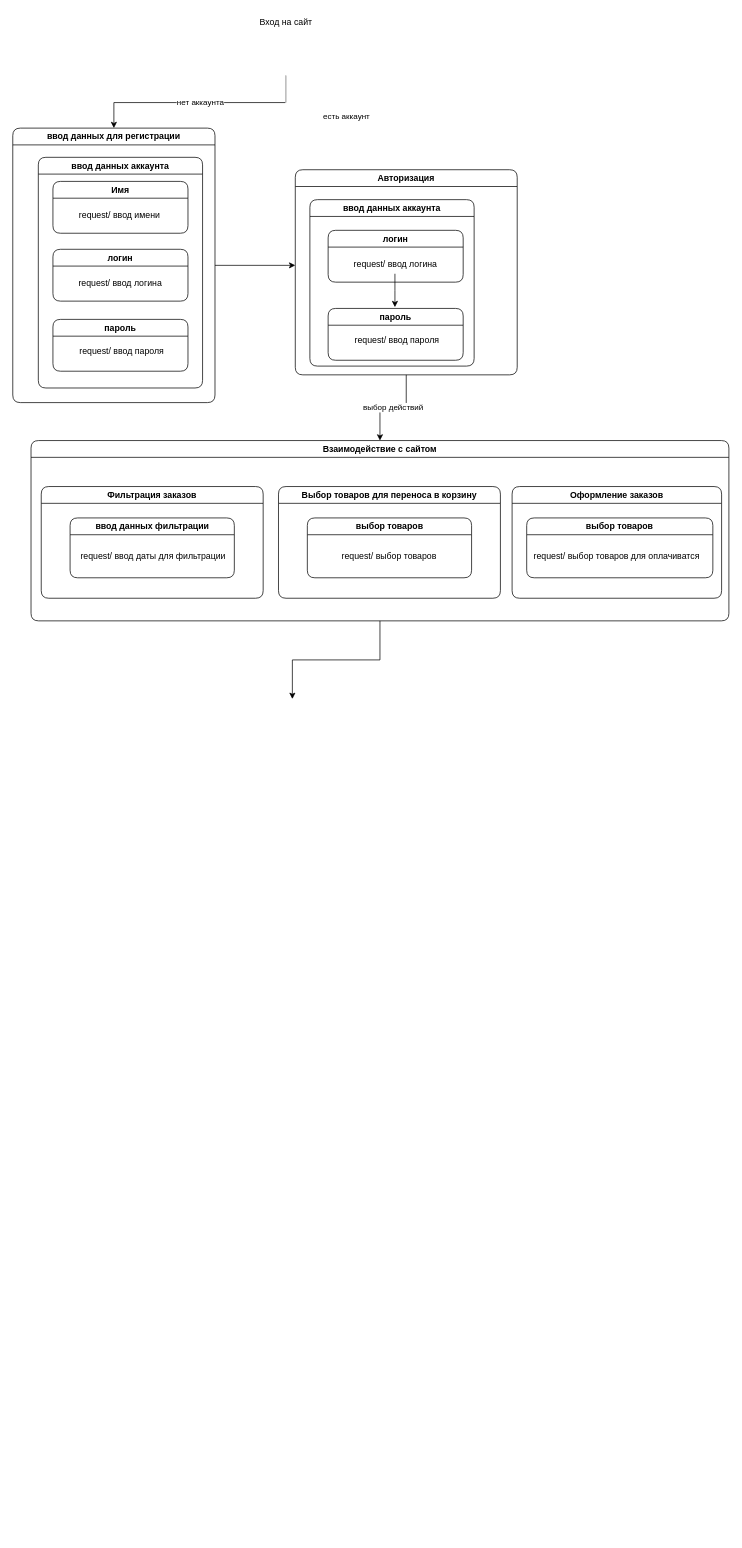
Earlier version of the draw.io diagram page "Диаграмма состояний" (2 of 4) of Dociments/Diagrams.drawio (Kockstick/Whisperer). Source tidied: cells renumbered, new cells numbered last; positions are measured from the earlier drawing's top-left corner, leaving out a move shared by most shapes. Both pictures are drawn from the tidied source at 73%, with x=0, y=0 at pixel (12, 12).
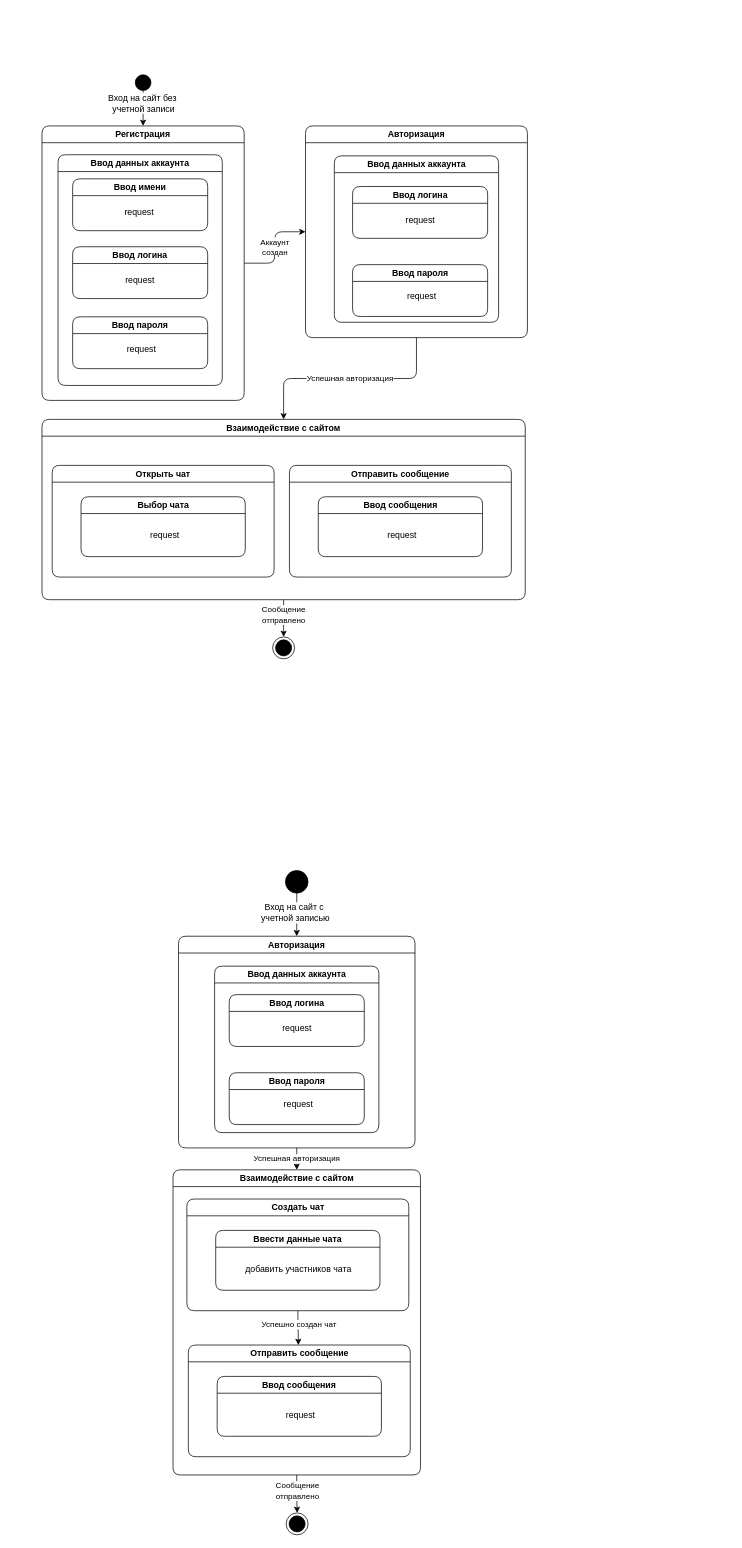
The same page after the edit.

Diff of the diagram source:
```diff
@@
-    <mxCell id="2" value="нет аккаунта" style="edgeStyle=orthogonalEdgeStyle;rounded=0;jettySize=auto;html=1;entryX=0.5;entryY=0;entryDx=0;entryDy=0;" parent="1" edge="1" source="3" target="16">
-      <mxGeometry relative="1" as="geometry">
-        <Array as="points">
-          <mxPoint x="374" y="123" />
-          <mxPoint x="138" y="123" />
-          <mxPoint x="138" y="158" />
-        </Array>
-      </mxGeometry>
-    </mxCell>
-    <mxCell id="3" style="ellipse;html=1;shape=startState;fillColor=#FFFFFF;strokeColor=#FFFFFF;" parent="1" vertex="1">
-      <mxGeometry x="359" y="56" width="30" height="30" as="geometry" />
-    </mxCell>
-    <mxCell id="4" value="есть аккаунт" style="edgeStyle=orthogonalEdgeStyle;html=1;verticalAlign=bottom;endArrow=open;endSize=8;strokeColor=#FFFFFF;rounded=0;entryX=0.5;entryY=0;entryDx=0;entryDy=0;fillColor=#f5f5f5;" parent="1" edge="1" source="3" target="8">
-      <mxGeometry relative="1" as="geometry" />
-    </mxCell>
-    <mxCell id="5" value="Вход на сайт" style="text;html=1;align=center;verticalAlign=middle;strokeColor=none;fillColor=none;" parent="1" vertex="1">
-      <mxGeometry x="329" width="90" height="26" as="geometry" />
-    </mxCell>
-    <mxCell id="6" style="ellipse;html=1;shape=endState;fillColor=#FFFFFF;strokeColor=#FFFFFF;" parent="1" vertex="1">
-      <mxGeometry x="368" y="940" width="30" height="30" as="geometry" />
+    <mxCell id="6" style="ellipse;html=1;shape=endState;fillColor=#000000;strokeColor=#000000;" parent="1" vertex="1">
+      <mxGeometry x="356" y="855" width="30" height="30" as="geometry" />
     </mxCell>
-    <mxCell id="7" value="выбор действий" style="edgeStyle=orthogonalEdgeStyle;rounded=0;jettySize=auto;html=1;" parent="1" edge="1" source="8" target="27">
+    <mxCell id="7" value="Успешная авторизация" style="edgeStyle=orthogonalEdgeStyle;rounded=1;jumpStyle=gap;jettySize=auto;html=1;entryX=0.5;entryY=0;entryDx=0;entryDy=0;" parent="1" edge="1" source="8" target="27">
       <mxGeometry relative="1" as="geometry" />
     </mxCell>
     <mxCell id="8" value="Авторизация" style="swimlane;whiteSpace=wrap;html=1;rounded=1;" parent="1" vertex="1">
-      <mxGeometry x="387" y="215" width="304" height="281" as="geometry" />
+      <mxGeometry x="401" y="155" width="304" height="290" as="geometry" />
     </mxCell>
-    <mxCell id="9" value="ввод данных аккаунта" style="swimlane;whiteSpace=wrap;html=1;rounded=1;" parent="8" vertex="1">
-      <mxGeometry x="20" y="41" width="225" height="228" as="geometry" />
+    <mxCell id="9" value="Ввод данных аккаунта" style="swimlane;whiteSpace=wrap;html=1;rounded=1;" parent="8" vertex="1">
+      <mxGeometry x="39.5" y="41" width="225" height="228" as="geometry" />
     </mxCell>
-    <mxCell id="10" value="логин" style="swimlane;whiteSpace=wrap;html=1;rounded=1;" parent="9" vertex="1">
+    <mxCell id="10" value="Ввод логина" style="swimlane;whiteSpace=wrap;html=1;rounded=1;startSize=23;" parent="9" vertex="1">
       <mxGeometry x="25" y="42" width="185" height="71" as="geometry" />
     </mxCell>
-    <mxCell id="11" style="edgeStyle=orthogonalEdgeStyle;rounded=0;jettySize=auto;html=1;" parent="10" edge="1" source="12">
-      <mxGeometry relative="1" as="geometry">
-        <mxPoint x="91.5" y="105.3" as="targetPoint" />
-      </mxGeometry>
-    </mxCell>
-    <mxCell id="12" value="request/ ввод логина" style="text;html=1;align=center;verticalAlign=middle;points=[];strokeColor=none;fillColor=none;" parent="10" vertex="1">
-      <mxGeometry x="25.5" y="33.5" width="132" height="26" as="geometry" />
+    <mxCell id="12" value="request" style="text;html=1;align=center;verticalAlign=middle;points=[];strokeColor=none;fillColor=none;" parent="10" vertex="1">
+      <mxGeometry x="62.5" y="33.5" width="59" height="26" as="geometry" />
     </mxCell>
-    <mxCell id="13" value="пароль" style="swimlane;whiteSpace=wrap;html=1;rounded=1;" parent="9" vertex="1">
+    <mxCell id="13" value="Ввод пароля" style="swimlane;whiteSpace=wrap;html=1;rounded=1;" parent="9" vertex="1">
       <mxGeometry x="25" y="149" width="185" height="71" as="geometry" />
     </mxCell>
-    <mxCell id="14" value="request/ ввод пароля" style="text;html=1;align=center;verticalAlign=middle;strokeColor=none;fillColor=none;" parent="13" vertex="1">
-      <mxGeometry x="26.5" y="31" width="134" height="26" as="geometry" />
+    <mxCell id="14" value="request" style="text;html=1;align=center;verticalAlign=middle;strokeColor=none;fillColor=none;" parent="13" vertex="1">
+      <mxGeometry x="64.5" y="31" width="59" height="26" as="geometry" />
     </mxCell>
-    <mxCell id="15" style="edgeStyle=orthogonalEdgeStyle;rounded=0;jettySize=auto;html=1;" parent="1" edge="1" source="16" target="8">
-      <mxGeometry relative="1" as="geometry">
-        <Array as="points">
-          <mxPoint x="11" y="376" />
-          <mxPoint x="11" y="378" />
-          <mxPoint x="184" y="378" />
-          <mxPoint x="184" y="343" />
-        </Array>
-      </mxGeometry>
+    <mxCell id="15" value="Аккаунт &lt;br&gt;создан" style="edgeStyle=orthogonalEdgeStyle;rounded=1;jumpStyle=gap;jettySize=auto;html=1;entryX=0;entryY=0.5;entryDx=0;entryDy=0;" parent="1" edge="1" source="16" target="8">
+      <mxGeometry relative="1" as="geometry" />
     </mxCell>
-    <mxCell id="16" value="ввод данных для регистрации" style="swimlane;whiteSpace=wrap;html=1;rounded=1;" parent="1" vertex="1">
-      <mxGeometry y="158" width="277" height="376" as="geometry" />
+    <mxCell id="16" value="Регистрация" style="swimlane;whiteSpace=wrap;html=1;rounded=1;startSize=23;" parent="1" vertex="1">
+      <mxGeometry x="40" y="155" width="277" height="376" as="geometry" />
     </mxCell>
-    <mxCell id="17" value="ввод данных аккаунта" style="swimlane;whiteSpace=wrap;html=1;rounded=1;" parent="16" vertex="1">
-      <mxGeometry x="35" y="40" width="225" height="316" as="geometry" />
+    <mxCell id="17" value="Ввод данных аккаунта" style="swimlane;whiteSpace=wrap;html=1;rounded=1;" parent="16" vertex="1">
+      <mxGeometry x="22" y="39.5" width="225" height="316" as="geometry" />
     </mxCell>
@@
-    <mxCell id="19" value="Имя" style="swimlane;whiteSpace=wrap;html=1;rounded=1;" parent="17" vertex="1">
+    <mxCell id="19" value="Ввод имени" style="swimlane;whiteSpace=wrap;html=1;rounded=1;" parent="17" vertex="1">
       <mxGeometry x="20" y="33" width="185" height="71" as="geometry" />
     </mxCell>
-    <mxCell id="20" value="request/ ввод имени" style="text;html=1;align=center;verticalAlign=middle;strokeColor=none;fillColor=none;" parent="19" vertex="1">
-      <mxGeometry x="26" y="33" width="129" height="26" as="geometry" />
+    <mxCell id="20" value="request" style="text;html=1;align=center;verticalAlign=middle;strokeColor=none;fillColor=none;" parent="19" vertex="1">
+      <mxGeometry x="61" y="33" width="59" height="26" as="geometry" />
     </mxCell>
@@
-    <mxCell id="22" value="логин" style="swimlane;whiteSpace=wrap;html=1;rounded=1;" parent="17" vertex="1">
+    <mxCell id="22" value="Ввод логина" style="swimlane;whiteSpace=wrap;html=1;rounded=1;" parent="17" vertex="1">
       <mxGeometry x="20" y="126" width="185" height="71" as="geometry" />
     </mxCell>
-    <mxCell id="23" value="request/ ввод логина" style="text;html=1;align=center;verticalAlign=middle;strokeColor=none;fillColor=none;" parent="22" vertex="1">
-      <mxGeometry x="25.5" y="33.5" width="132" height="26" as="geometry" />
+    <mxCell id="23" value="request" style="text;html=1;align=center;verticalAlign=middle;strokeColor=none;fillColor=none;" parent="22" vertex="1">
+      <mxGeometry x="62.5" y="33.5" width="59" height="26" as="geometry" />
     </mxCell>
-    <mxCell id="24" value="пароль" style="swimlane;whiteSpace=wrap;html=1;rounded=1;" parent="17" vertex="1">
+    <mxCell id="24" value="Ввод пароля" style="swimlane;whiteSpace=wrap;html=1;rounded=1;" parent="17" vertex="1">
       <mxGeometry x="20" y="222" width="185" height="71" as="geometry" />
     </mxCell>
-    <mxCell id="25" value="request/ ввод пароля" style="text;html=1;align=center;verticalAlign=middle;strokeColor=none;fillColor=none;" parent="24" vertex="1">
-      <mxGeometry x="26.5" y="31" width="134" height="26" as="geometry" />
+    <mxCell id="25" value="request" style="text;html=1;align=center;verticalAlign=middle;strokeColor=none;fillColor=none;" parent="24" vertex="1">
+      <mxGeometry x="64.5" y="31" width="59" height="26" as="geometry" />
     </mxCell>
-    <mxCell id="26" style="edgeStyle=orthogonalEdgeStyle;rounded=0;jettySize=auto;html=1;entryX=0.5;entryY=0;entryDx=0;entryDy=0;" parent="1" edge="1" source="27" target="6">
-      <mxGeometry relative="1" as="geometry" />
+    <mxCell id="26" value="Сообщение &lt;br&gt;отправлено" style="edgeStyle=orthogonalEdgeStyle;rounded=1;jumpStyle=gap;jettySize=auto;html=1;entryX=0.5;entryY=0;entryDx=0;entryDy=0;" parent="1" edge="1" source="27" target="6">
+      <mxGeometry x="-0.18" relative="1" as="geometry" />
     </mxCell>
     <mxCell id="27" value="Взаимодействие с сайтом" style="swimlane;whiteSpace=wrap;html=1;rounded=1;" parent="1" vertex="1">
-      <mxGeometry x="25" y="586" width="956" height="247" as="geometry" />
+      <mxGeometry x="40" y="557" width="662" height="247" as="geometry" />
     </mxCell>
-    <mxCell id="28" value="Фильтрация заказов" style="swimlane;whiteSpace=wrap;html=1;rounded=1;" parent="27" vertex="1">
+    <mxCell id="28" value="Открыть чат" style="swimlane;whiteSpace=wrap;html=1;rounded=1;" parent="27" vertex="1">
       <mxGeometry x="14" y="63" width="304" height="153" as="geometry" />
     </mxCell>
-    <mxCell id="29" value="ввод данных фильтрации" style="swimlane;whiteSpace=wrap;html=1;rounded=1;" parent="28" vertex="1">
+    <mxCell id="29" value="Выбор чата" style="swimlane;whiteSpace=wrap;html=1;rounded=1;" parent="28" vertex="1">
       <mxGeometry x="39.5" y="43" width="225" height="82" as="geometry" />
     </mxCell>
-    <mxCell id="30" value="request/ ввод даты для фильтрации" style="text;html=1;align=center;verticalAlign=middle;strokeColor=none;fillColor=none;" parent="29" vertex="1">
-      <mxGeometry x="4.5" y="40" width="217" height="26" as="geometry" />
+    <mxCell id="30" value="request" style="text;html=1;align=center;verticalAlign=middle;strokeColor=none;fillColor=none;" parent="29" vertex="1">
+      <mxGeometry x="84.5" y="40" width="59" height="26" as="geometry" />
     </mxCell>
-    <mxCell id="31" value="Выбор товаров для переноса в корзину" style="swimlane;whiteSpace=wrap;html=1;rounded=1;" parent="27" vertex="1">
+    <mxCell id="31" value="Отправить сообщение" style="swimlane;whiteSpace=wrap;html=1;rounded=1;" parent="27" vertex="1">
       <mxGeometry x="339" y="63" width="304" height="153" as="geometry" />
     </mxCell>
-    <mxCell id="32" value="выбор товаров" style="swimlane;whiteSpace=wrap;html=1;rounded=1;" parent="31" vertex="1">
+    <mxCell id="32" value="Ввод сообщения" style="swimlane;whiteSpace=wrap;html=1;rounded=1;" parent="31" vertex="1">
       <mxGeometry x="39.5" y="43" width="225" height="82" as="geometry" />
     </mxCell>
-    <mxCell id="33" value="request/ выбор товаров&amp;nbsp;" style="text;html=1;align=center;verticalAlign=middle;strokeColor=none;fillColor=none;" parent="32" vertex="1">
-      <mxGeometry x="37.5" y="40" width="151" height="26" as="geometry" />
+    <mxCell id="33" value="request" style="text;html=1;align=center;verticalAlign=middle;strokeColor=none;fillColor=none;" parent="32" vertex="1">
+      <mxGeometry x="84.5" y="40" width="59" height="26" as="geometry" />
     </mxCell>
-    <mxCell id="34" value="Оформление заказов" style="swimlane;whiteSpace=wrap;html=1;startSize=23;rounded=1;" parent="27" vertex="1">
-      <mxGeometry x="659" y="63" width="287" height="153" as="geometry" />
-    </mxCell>
-    <mxCell id="35" value="выбор товаров" style="swimlane;whiteSpace=wrap;html=1;rounded=1;" parent="34" vertex="1">
-      <mxGeometry x="20" y="43" width="255" height="82" as="geometry" />
-    </mxCell>
-    <mxCell id="36" value="request/ выбор товаров для оплачиватся" style="text;html=1;align=center;verticalAlign=middle;strokeColor=none;fillColor=none;" parent="35" vertex="1">
-      <mxGeometry y="40" width="245" height="26" as="geometry" />
-    </mxCell>
+    <mxCell id="37" value="&lt;span style=&quot;border-color: var(--border-color); color: rgb(0, 0, 0); font-family: Helvetica; font-style: normal; font-variant-ligatures: normal; font-variant-caps: normal; font-weight: 400; letter-spacing: normal; orphans: 2; text-align: center; text-indent: 0px; text-transform: none; widows: 2; word-spacing: 0px; -webkit-text-stroke-width: 0px; text-decoration-thickness: initial; text-decoration-style: initial; text-decoration-color: initial; font-size: 12px;&quot;&gt;Вход на сайт без&amp;nbsp;&lt;/span&gt;&lt;div style=&quot;border-color: var(--border-color); color: rgb(0, 0, 0); font-family: Helvetica; font-style: normal; font-variant-ligatures: normal; font-variant-caps: normal; font-weight: 400; letter-spacing: normal; orphans: 2; text-align: center; text-indent: 0px; text-transform: none; widows: 2; word-spacing: 0px; -webkit-text-stroke-width: 0px; text-decoration-thickness: initial; text-decoration-style: initial; text-decoration-color: initial; font-size: 12px;&quot;&gt;учетной записи&lt;/div&gt;" style="edgeStyle=orthogonalEdgeStyle;rounded=1;jumpStyle=gap;jettySize=auto;html=1;entryX=0.5;entryY=0;entryDx=0;entryDy=0;" parent="1" edge="1" source="38" target="16">
+      <mxGeometry x="-0.24" relative="1" as="geometry" />
+    </mxCell>
+    <mxCell id="38" style="ellipse;whiteSpace=wrap;html=1;fillColor=#000000;" parent="1" vertex="1">
+      <mxGeometry x="167.8" y="85" width="21.5" height="21.5" as="geometry" />
+    </mxCell>
+    <mxCell id="39" style="ellipse;html=1;shape=endState;fillColor=#000000;strokeColor=#000000;" parent="1" vertex="1">
+      <mxGeometry x="374.5" y="2055" width="30" height="30" as="geometry" />
+    </mxCell>
+    <mxCell id="40" value="Успешная авторизация" style="edgeStyle=orthogonalEdgeStyle;rounded=0;jettySize=auto;html=1;" parent="1" edge="1" source="41" target="49">
+      <mxGeometry relative="1" as="geometry" />
+    </mxCell>
+    <mxCell id="41" value="Авторизация" style="swimlane;whiteSpace=wrap;html=1;rounded=1;" parent="1" vertex="1">
+      <mxGeometry x="227" y="1265" width="324" height="290" as="geometry" />
+    </mxCell>
+    <mxCell id="42" value="Ввод данных аккаунта" style="swimlane;whiteSpace=wrap;html=1;rounded=1;" parent="41" vertex="1">
+      <mxGeometry x="49.5" y="41" width="225" height="228" as="geometry" />
+    </mxCell>
+    <mxCell id="43" value="Ввод логина" style="swimlane;whiteSpace=wrap;html=1;rounded=1;startSize=23;" parent="42" vertex="1">
+      <mxGeometry x="20" y="39" width="185" height="71" as="geometry" />
+    </mxCell>
+    <mxCell id="44" value="request" style="text;html=1;align=center;verticalAlign=middle;strokeColor=none;fillColor=none;" parent="43" vertex="1">
+      <mxGeometry x="62.5" y="33.5" width="59" height="26" as="geometry" />
+    </mxCell>
+    <mxCell id="45" value="Ввод пароля" style="swimlane;whiteSpace=wrap;html=1;rounded=1;" parent="42" vertex="1">
+      <mxGeometry x="20" y="146" width="185" height="71" as="geometry" />
+    </mxCell>
+    <mxCell id="46" value="request" style="text;html=1;align=center;verticalAlign=middle;strokeColor=none;fillColor=none;" parent="45" vertex="1">
+      <mxGeometry x="64.5" y="31" width="59" height="26" as="geometry" />
+    </mxCell>
+    <mxCell id="47" style="edgeStyle=orthogonalEdgeStyle;rounded=0;jettySize=auto;html=1;entryX=0.5;entryY=0;entryDx=0;entryDy=0;" parent="1" edge="1" source="49" target="39">
+      <mxGeometry relative="1" as="geometry" />
+    </mxCell>
+    <mxCell id="48" value="Сообщение &lt;br&gt;отправлено" style="edgeLabel;html=1;align=center;verticalAlign=middle;" parent="47" vertex="1">
+      <mxGeometry x="0.12" relative="1" as="geometry">
+        <mxPoint y="-7" as="offset" />
+      </mxGeometry>
+    </mxCell>
+    <mxCell id="49" value="Взаимодействие с сайтом" style="swimlane;whiteSpace=wrap;html=1;rounded=1;" parent="1" vertex="1">
+      <mxGeometry x="219.5" y="1585" width="339" height="418" as="geometry" />
+    </mxCell>
+    <mxCell id="50" value="Создать чат" style="swimlane;whiteSpace=wrap;html=1;rounded=1;" parent="49" vertex="1">
+      <mxGeometry x="19" y="40" width="304" height="153" as="geometry" />
+    </mxCell>
+    <mxCell id="51" value="Ввести данные чата" style="swimlane;whiteSpace=wrap;html=1;rounded=1;" parent="50" vertex="1">
+      <mxGeometry x="39.5" y="43" width="225" height="82" as="geometry" />
+    </mxCell>
+    <mxCell id="52" value="добавить участников чата" style="text;html=1;align=center;verticalAlign=middle;strokeColor=none;fillColor=none;" parent="51" vertex="1">
+      <mxGeometry x="27.5" y="38" width="170" height="30" as="geometry" />
+    </mxCell>
+    <mxCell id="53" value="Отправить сообщение" style="swimlane;whiteSpace=wrap;html=1;rounded=1;" parent="49" vertex="1">
+      <mxGeometry x="21" y="240" width="304" height="153" as="geometry" />
+    </mxCell>
+    <mxCell id="54" value="Ввод сообщения" style="swimlane;whiteSpace=wrap;html=1;rounded=1;" parent="53" vertex="1">
+      <mxGeometry x="39.5" y="43" width="225" height="82" as="geometry" />
+    </mxCell>
+    <mxCell id="55" value="request" style="text;html=1;align=center;verticalAlign=middle;strokeColor=none;fillColor=none;" parent="54" vertex="1">
+      <mxGeometry x="84.5" y="40" width="59" height="26" as="geometry" />
+    </mxCell>
+    <mxCell id="56" style="endArrow=classic;html=1;rounded=0;exitX=0.5;exitY=1;exitDx=0;exitDy=0;" parent="49" edge="1" source="50" target="53">
+      <mxGeometry relative="1" as="geometry" />
+    </mxCell>
+    <mxCell id="57" value="Успешно создан чат" style="edgeLabel;html=1;align=center;verticalAlign=middle;" parent="56" vertex="1">
+      <mxGeometry x="-0.2" y="1" relative="1" as="geometry" />
+    </mxCell>
+    <mxCell id="58" style="edgeStyle=orthogonalEdgeStyle;rounded=1;jumpStyle=gap;jettySize=auto;html=1;entryX=0.5;entryY=0;entryDx=0;entryDy=0;" parent="1" edge="1" source="59" target="41">
+      <mxGeometry relative="1" as="geometry" />
+    </mxCell>
+    <mxCell id="59" style="ellipse;whiteSpace=wrap;html=1;fillColor=#000000;" parent="1" vertex="1">
+      <mxGeometry x="373.5" y="1175" width="31" height="31" as="geometry" />
+    </mxCell>
+    <mxCell id="60" value="&lt;span style=&quot;font-size: 12px;&quot;&gt;Вход на сайт с&amp;nbsp;&lt;/span&gt;&lt;div style=&quot;font-size: 12px;&quot;&gt;учетной записью&lt;/div&gt;" style="edgeLabel;html=1;align=center;verticalAlign=middle;" parent="1" vertex="1">
+      <mxGeometry x="386.5" y="1232" as="geometry" />
+    </mxCell>
```
